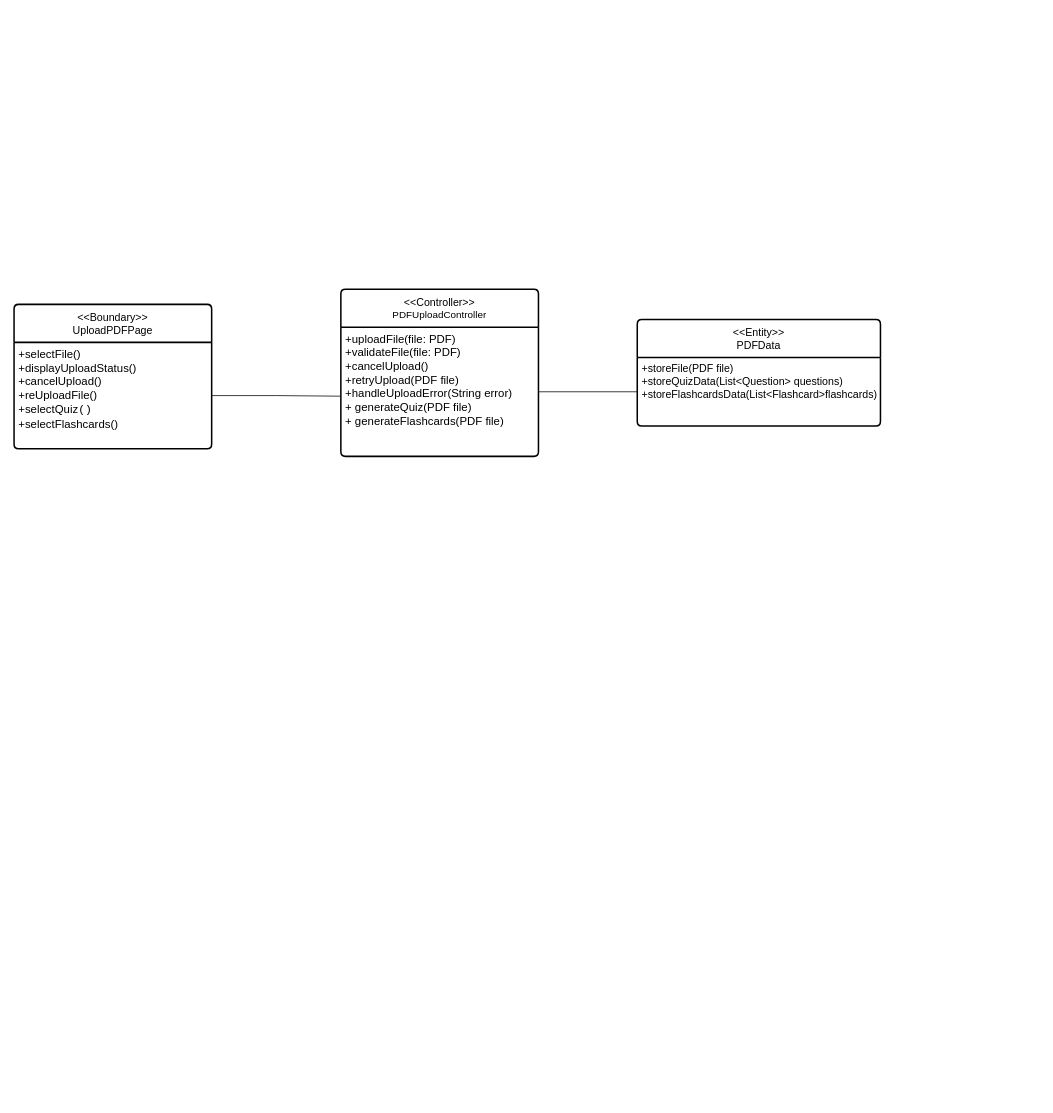
Before: analysis.drawio in RaghadQi1/ProFound, a draw.io diagram. Source tidied: cells renumbered, new cells numbered last; positions are measured from the earlier drawing's top-left corner, leaving out a move shared by most shapes. Both pictures are drawn from the tidied source at 76%, with x=0, y=0 at pixel (14, 289).
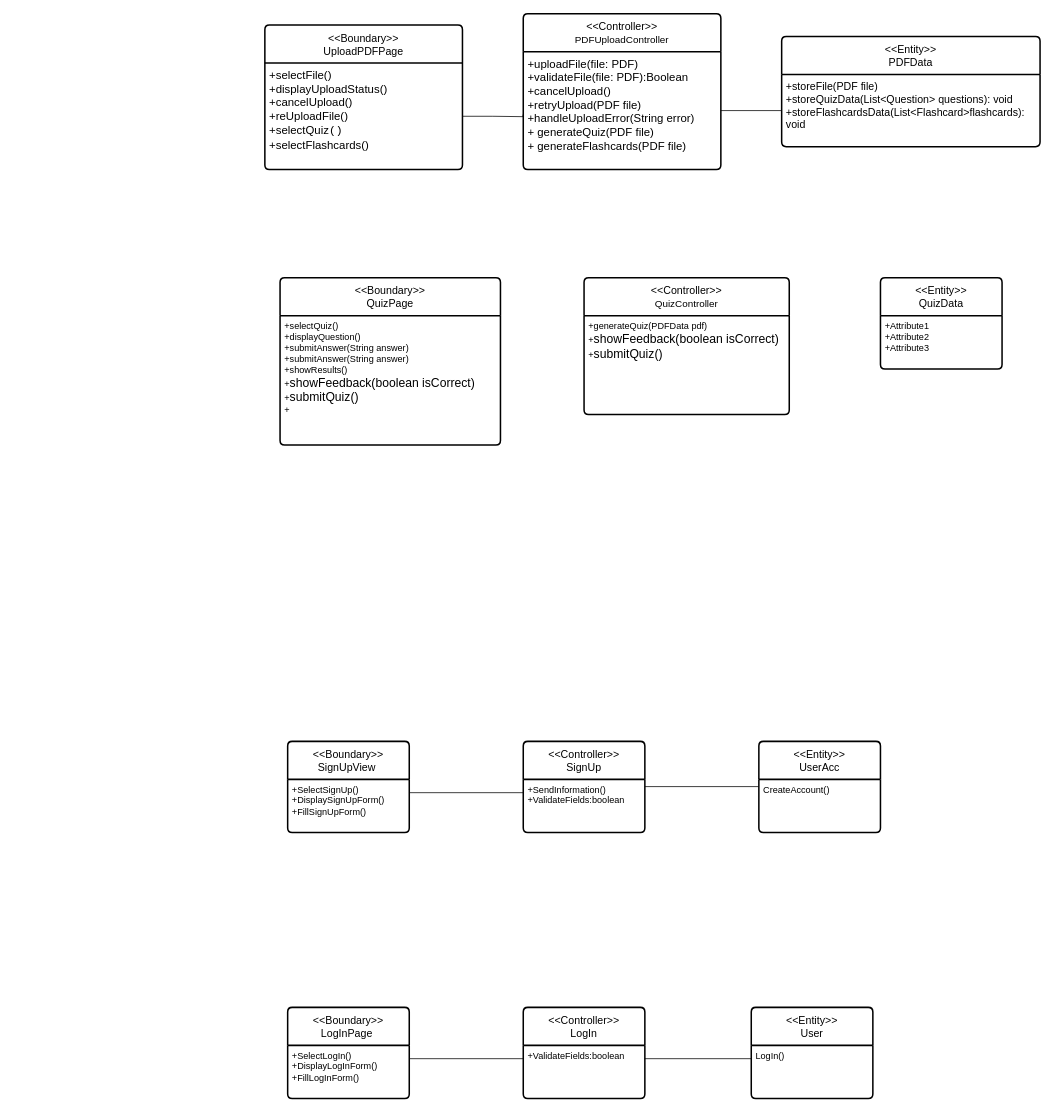
The same diagram, later.

The change refers to these unchanged cells:
```xml
<mxCell id="3" value="&lt;font style=&quot;font-size: 15px;&quot;&gt;+selectFile()&lt;br&gt;+displayUploadStatus()&lt;br&gt;+cancelUpload()&lt;/font&gt;&lt;div&gt;&lt;font style=&quot;font-size: 15px;&quot;&gt;+reUploadFile()&lt;br&gt;&lt;/font&gt;&lt;/div&gt;&lt;div&gt;&lt;font style=&quot;font-size: 15px;&quot;&gt;&lt;font&gt;+selectQuiz&lt;code&gt;()&lt;/code&gt;&lt;/font&gt;&lt;br&gt;&lt;/font&gt;&lt;/div&gt;&lt;div&gt;&lt;font style=&quot;font-size: 15px;&quot;&gt;+selectFlashcards()&lt;/font&gt;&lt;br&gt;&lt;/div&gt;&lt;div&gt;&lt;font style=&quot;font-size: 16px;&quot;&gt;&lt;code&gt;&lt;font face=&quot;Verdana&quot;&gt;&lt;br&gt;&lt;/font&gt;&lt;/code&gt;&lt;/font&gt;&lt;/div&gt;&lt;div&gt;&lt;font style=&quot;font-size: 16px;&quot;&gt;&lt;code&gt;&lt;br&gt;&lt;/code&gt;&lt;/font&gt;&lt;/div&gt;" style="align=left;strokeColor=none;fillColor=none;spacingLeft=4;spacingRight=4;fontSize=12;verticalAlign=top;html=1;whiteSpace=wrap;" parent="2" vertex="1">
  <mxGeometry y="50" width="260" height="140" as="geometry" />
</mxCell>
```

What changed in the source:
```diff
@@
     <mxCell id="2" value="&amp;lt;&amp;lt;Boundary&amp;gt;&amp;gt;&lt;div&gt;UploadPDFPage&lt;/div&gt;" style="swimlane;horizontal=1;startSize=50;rounded=1;fontSize=14;fontStyle=0;strokeWidth=2;shadow=0;align=center;arcSize=4;whiteSpace=wrap;html=1;" parent="1" vertex="1">
-      <mxGeometry y="20" width="260" height="190" as="geometry" />
+      <mxGeometry x="330" y="-347.5" width="260" height="190" as="geometry" />
     </mxCell>
@@
     <mxCell id="5" value="&amp;lt;&amp;lt;Controller&amp;gt;&amp;gt;&lt;div&gt;&lt;span style=&quot;text-align: start;&quot;&gt;&lt;font style=&quot;font-size: 13px;&quot;&gt;PDFUploadController&lt;/font&gt;&lt;/span&gt;&lt;/div&gt;" style="swimlane;horizontal=1;startSize=50;rounded=1;fontSize=14;fontStyle=0;strokeWidth=2;shadow=0;dashed=0;align=center;arcSize=4;whiteSpace=wrap;html=1;" parent="1" vertex="1">
-      <mxGeometry x="430" width="260" height="220" as="geometry" />
+      <mxGeometry x="670" y="-362.5" width="260" height="205" as="geometry" />
     </mxCell>
-    <mxCell id="6" value="&lt;font style=&quot;font-size: 15px;&quot;&gt;&lt;font&gt;+uploadFile(file: PDF)&lt;/font&gt;&lt;br&gt;&lt;font&gt;+validateFile(file: PDF)&lt;/font&gt;&lt;br&gt;&lt;/font&gt;&lt;div&gt;&lt;font style=&quot;font-size: 15px;&quot;&gt;+cancelUpload()&lt;/font&gt;&lt;/div&gt;&lt;div&gt;&lt;font style=&quot;font-size: 15px;&quot;&gt;+retryUpload(PDF file)&lt;/font&gt;&lt;/div&gt;&lt;div&gt;&lt;font style=&quot;font-size: 15px;&quot;&gt;+handleUploadError(String error)&lt;/font&gt;&lt;/div&gt;&lt;div&gt;&lt;font style=&quot;font-size: 15px;&quot;&gt;+&amp;nbsp;generateQuiz(PDF file)&lt;/font&gt;&lt;/div&gt;&lt;div&gt;&lt;font style=&quot;font-size: 15px;&quot;&gt;+&amp;nbsp;generateFlashcards(PDF file)&lt;br&gt;&lt;/font&gt;&lt;div&gt;&lt;span style=&quot;font-size: medium;&quot;&gt;&lt;br&gt;&lt;/span&gt;&lt;/div&gt;&lt;/div&gt;" style="align=left;strokeColor=none;fillColor=none;spacingLeft=4;spacingRight=4;fontSize=12;verticalAlign=top;html=1;whiteSpace=wrap;" parent="5" vertex="1">
-      <mxGeometry y="50" width="260" height="170" as="geometry" />
+    <mxCell id="6" value="&lt;font style=&quot;font-size: 15px;&quot;&gt;&lt;font&gt;+uploadFile(file: PDF)&lt;/font&gt;&lt;br&gt;&lt;font&gt;+validateFile(file: PDF):Boolean&lt;/font&gt;&lt;br&gt;&lt;/font&gt;&lt;div&gt;&lt;font style=&quot;font-size: 15px;&quot;&gt;+cancelUpload()&lt;/font&gt;&lt;/div&gt;&lt;div&gt;&lt;font style=&quot;font-size: 15px;&quot;&gt;+retryUpload(PDF file)&lt;/font&gt;&lt;/div&gt;&lt;div&gt;&lt;font style=&quot;font-size: 15px;&quot;&gt;+handleUploadError(String error)&lt;/font&gt;&lt;/div&gt;&lt;div&gt;&lt;font style=&quot;font-size: 15px;&quot;&gt;+&amp;nbsp;generateQuiz(PDF file)&lt;/font&gt;&lt;/div&gt;&lt;div&gt;&lt;font style=&quot;font-size: 15px;&quot;&gt;+&amp;nbsp;generateFlashcards(PDF file)&lt;br&gt;&lt;/font&gt;&lt;div&gt;&lt;span style=&quot;font-size: medium;&quot;&gt;&lt;br&gt;&lt;/span&gt;&lt;/div&gt;&lt;/div&gt;" style="align=left;strokeColor=none;fillColor=none;spacingLeft=4;spacingRight=4;fontSize=12;verticalAlign=top;html=1;whiteSpace=wrap;" parent="5" vertex="1">
+      <mxGeometry y="50" width="260" height="155" as="geometry" />
     </mxCell>
     <mxCell id="7" value="&amp;lt;&amp;lt;Entity&amp;gt;&amp;gt;&lt;div&gt;&lt;span style=&quot;text-align: start;&quot;&gt;PDFData&lt;/span&gt;&lt;/div&gt;" style="swimlane;horizontal=1;startSize=50;rounded=1;fontSize=14;fontStyle=0;strokeWidth=2;shadow=0;dashed=0;align=center;arcSize=4;whiteSpace=wrap;html=1;" parent="1" vertex="1">
-      <mxGeometry x="820" y="40" width="320" height="140" as="geometry" />
+      <mxGeometry x="1010" y="-332.5" width="340" height="145" as="geometry" />
     </mxCell>
-    <mxCell id="8" value="&lt;font style=&quot;font-size: 14px;&quot;&gt;+storeFile(PDF file)&lt;br&gt;+storeQuizData(List&amp;lt;Question&amp;gt; questions)&lt;br&gt;+storeFlashcardsData(List&amp;lt;Flashcard&amp;gt;flashcards)&lt;/font&gt;" style="align=left;strokeColor=none;fillColor=none;spacingLeft=4;spacingRight=4;fontSize=12;verticalAlign=top;html=1;whiteSpace=wrap;" parent="7" vertex="1">
-      <mxGeometry y="50" width="320" height="90" as="geometry" />
+    <mxCell id="8" value="&lt;font style=&quot;font-size: 14px;&quot;&gt;+storeFile(PDF file)&lt;br&gt;+storeQuizData(List&amp;lt;Question&amp;gt; questions): void&lt;br&gt;+storeFlashcardsData(List&amp;lt;Flashcard&amp;gt;flashcards): void&lt;/font&gt;" style="align=left;strokeColor=none;fillColor=none;spacingLeft=4;spacingRight=4;fontSize=12;verticalAlign=top;html=1;whiteSpace=wrap;" parent="7" vertex="1">
+      <mxGeometry y="50" width="340" height="95" as="geometry" />
     </mxCell>
@@
     <mxCell id="11" style="edgeStyle=orthogonalEdgeStyle;rounded=0;jettySize=auto;html=1;exitX=1;exitY=0.5;exitDx=0;exitDy=0;entryX=-0.001;entryY=0.534;entryDx=0;entryDy=0;entryPerimeter=0;endArrow=none;startFill=0;" parent="1" edge="1" source="3" target="6">
-      <mxGeometry relative="1" as="geometry" />
+      <mxGeometry relative="1" as="geometry">
+        <Array as="points">
+          <mxPoint x="630" y="-227" />
+          <mxPoint x="670" y="-227" />
+        </Array>
+      </mxGeometry>
     </mxCell>
+    <mxCell id="12" value="&amp;lt;&amp;lt;Boundary&amp;gt;&amp;gt;&lt;div&gt;QuizPage&lt;/div&gt;" style="swimlane;horizontal=1;startSize=50;rounded=1;fontSize=14;fontStyle=0;strokeWidth=2;shadow=0;dashed=0;align=center;arcSize=4;whiteSpace=wrap;html=1;" parent="1" vertex="1">
+      <mxGeometry x="350" y="-15" width="290" height="220" as="geometry" />
+    </mxCell>
+    <mxCell id="13" value="+selectQuiz()&lt;br&gt;+displayQuestion()&lt;br&gt;+submitAnswer(String answer)&lt;div&gt;+submitAnswer(String answer)&lt;/div&gt;&lt;div&gt;+showResults()&lt;/div&gt;+&lt;span style=&quot;font-size: medium;&quot;&gt;showFeedback(boolean isCorrect)&lt;/span&gt;&lt;br&gt;+&lt;span style=&quot;font-size: medium;&quot;&gt;submitQuiz()&lt;/span&gt;&lt;div&gt;+&lt;br&gt;&lt;div&gt;&lt;br&gt;&lt;/div&gt;&lt;/div&gt;" style="align=left;strokeColor=none;fillColor=none;spacingLeft=4;spacingRight=4;fontSize=12;verticalAlign=top;html=1;whiteSpace=wrap;" parent="12" vertex="1">
+      <mxGeometry y="50" width="290" height="170" as="geometry" />
+    </mxCell>
+    <mxCell id="14" value="&amp;lt;&amp;lt;Controller&amp;gt;&amp;gt;&lt;div&gt;&lt;span style=&quot;text-align: start;&quot;&gt;&lt;font style=&quot;font-size: 13px;&quot;&gt;QuizController&lt;/font&gt;&lt;/span&gt;&lt;/div&gt;" style="swimlane;horizontal=1;startSize=50;rounded=1;fontSize=14;fontStyle=0;strokeWidth=2;shadow=0;dashed=0;align=center;arcSize=4;whiteSpace=wrap;html=1;" parent="1" vertex="1">
+      <mxGeometry x="750" y="-15" width="270" height="180" as="geometry" />
+    </mxCell>
+    <mxCell id="15" value="+generateQuiz(PDFData pdf)&lt;br&gt;+&lt;span style=&quot;font-size: medium;&quot;&gt;showFeedback(boolean isCorrect)&lt;/span&gt;&lt;br&gt;+&lt;span style=&quot;font-size: medium;&quot;&gt;submitQuiz()&lt;/span&gt;" style="align=left;strokeColor=none;fillColor=none;spacingLeft=4;spacingRight=4;fontSize=12;verticalAlign=top;html=1;whiteSpace=wrap;" parent="14" vertex="1">
+      <mxGeometry y="50" width="270" height="130" as="geometry" />
+    </mxCell>
+    <mxCell id="16" value="&amp;lt;&amp;lt;Entity&amp;gt;&amp;gt;&lt;div&gt;&lt;span style=&quot;text-align: start;&quot;&gt;QuizData&lt;/span&gt;&lt;/div&gt;" style="swimlane;horizontal=1;startSize=50;rounded=1;fontSize=14;fontStyle=0;strokeWidth=2;shadow=0;dashed=0;align=center;arcSize=4;whiteSpace=wrap;html=1;" parent="1" vertex="1">
+      <mxGeometry x="1140" y="-15" width="160" height="120" as="geometry" />
+    </mxCell>
+    <mxCell id="17" value="+Attribute1&#10;+Attribute2&#10;+Attribute3" style="align=left;strokeColor=none;fillColor=none;spacingLeft=4;spacingRight=4;fontSize=12;verticalAlign=top;html=1;whiteSpace=wrap;" parent="16" vertex="1">
+      <mxGeometry y="50" width="160" height="70" as="geometry" />
+    </mxCell>
+    <mxCell id="18" value="&amp;lt;&amp;lt;Boundary&amp;gt;&amp;gt;&lt;div&gt;SignUpView&amp;nbsp;&lt;/div&gt;" style="swimlane;horizontal=1;startSize=50;rounded=1;fontSize=14;fontStyle=0;strokeWidth=2;shadow=0;dashed=0;align=center;arcSize=4;whiteSpace=wrap;html=1;" parent="1" vertex="1">
+      <mxGeometry x="360" y="595" width="160" height="120" as="geometry" />
+    </mxCell>
+    <mxCell id="19" value="+SelectSignUp()&lt;br&gt;+DisplaySignUpForm()&lt;br&gt;+FillSignUpForm()" style="align=left;strokeColor=none;fillColor=none;spacingLeft=4;spacingRight=4;fontSize=12;verticalAlign=top;html=1;whiteSpace=wrap;" parent="18" vertex="1">
+      <mxGeometry y="50" width="160" height="70" as="geometry" />
+    </mxCell>
+    <mxCell id="20" value="&amp;lt;&amp;lt;Controller&amp;gt;&amp;gt;&lt;div&gt;SignUp&lt;/div&gt;" style="swimlane;horizontal=1;startSize=50;rounded=1;fontSize=14;fontStyle=0;strokeWidth=2;shadow=0;dashed=0;align=center;arcSize=4;whiteSpace=wrap;html=1;" parent="1" vertex="1">
+      <mxGeometry x="670" y="595" width="160" height="120" as="geometry" />
+    </mxCell>
+    <mxCell id="21" value="+SendInformation()&lt;br&gt;+ValidateFields:&lt;font&gt;boolean&lt;/font&gt;&lt;div&gt;&lt;br&gt;&lt;/div&gt;" style="align=left;strokeColor=none;fillColor=none;spacingLeft=4;spacingRight=4;fontSize=12;verticalAlign=top;html=1;whiteSpace=wrap;" parent="20" vertex="1">
+      <mxGeometry y="50" width="160" height="70" as="geometry" />
+    </mxCell>
+    <mxCell id="22" value="&amp;lt;&amp;lt;Entity&amp;gt;&amp;gt;&lt;div&gt;UserAcc&lt;/div&gt;" style="swimlane;horizontal=1;startSize=50;rounded=1;fontSize=14;fontStyle=0;strokeWidth=2;shadow=0;dashed=0;align=center;arcSize=4;whiteSpace=wrap;html=1;" parent="1" vertex="1">
+      <mxGeometry x="980" y="595" width="160" height="120" as="geometry" />
+    </mxCell>
+    <mxCell id="23" value="CreateAccount()" style="align=left;strokeColor=none;fillColor=none;spacingLeft=4;spacingRight=4;fontSize=12;verticalAlign=top;html=1;whiteSpace=wrap;" parent="22" vertex="1">
+      <mxGeometry y="50" width="160" height="70" as="geometry" />
+    </mxCell>
+    <mxCell id="24" style="edgeStyle=orthogonalEdgeStyle;rounded=0;jettySize=auto;html=1;exitX=1;exitY=0.25;exitDx=0;exitDy=0;entryX=0;entryY=0.25;entryDx=0;entryDy=0;endArrow=none;startFill=0;" parent="1" edge="1" source="19" target="21">
+      <mxGeometry relative="1" as="geometry" />
+    </mxCell>
+    <mxCell id="25" style="edgeStyle=orthogonalEdgeStyle;rounded=0;orthogonalLoop=1;jettySize=auto;html=1;exitX=1;exitY=0.25;exitDx=0;exitDy=0;entryX=0;entryY=0.25;entryDx=0;entryDy=0;endArrow=none;startFill=0;" parent="1" edge="1">
+      <mxGeometry relative="1" as="geometry">
+        <mxPoint x="830" y="654.5" as="sourcePoint" />
+        <mxPoint x="980" y="654.5" as="targetPoint" />
+      </mxGeometry>
+    </mxCell>
+    <mxCell id="26" value="&amp;lt;&amp;lt;Boundary&amp;gt;&amp;gt;&lt;div&gt;LogInPage&amp;nbsp;&lt;/div&gt;" style="swimlane;horizontal=1;startSize=50;rounded=1;fontSize=14;fontStyle=0;strokeWidth=2;shadow=0;dashed=0;align=center;arcSize=4;whiteSpace=wrap;html=1;" parent="1" vertex="1">
+      <mxGeometry x="360" y="945" width="160" height="120" as="geometry" />
+    </mxCell>
+    <mxCell id="27" value="+SelectLogIn()&lt;br&gt;+DisplayLogInForm()&lt;br&gt;+FillLogInForm()" style="align=left;strokeColor=none;fillColor=none;spacingLeft=4;spacingRight=4;fontSize=12;verticalAlign=top;html=1;whiteSpace=wrap;" parent="26" vertex="1">
+      <mxGeometry y="50" width="160" height="70" as="geometry" />
+    </mxCell>
+    <mxCell id="28" value="&amp;lt;&amp;lt;Controller&amp;gt;&amp;gt;&lt;div&gt;LogIn&lt;/div&gt;" style="swimlane;horizontal=1;startSize=50;rounded=1;fontSize=14;fontStyle=0;strokeWidth=2;shadow=0;dashed=0;align=center;arcSize=4;whiteSpace=wrap;html=1;" parent="1" vertex="1">
+      <mxGeometry x="670" y="945" width="160" height="120" as="geometry" />
+    </mxCell>
+    <mxCell id="29" value="+ValidateFields:&lt;font&gt;boolean&lt;/font&gt;&lt;div&gt;&lt;br&gt;&lt;/div&gt;" style="align=left;strokeColor=none;fillColor=none;spacingLeft=4;spacingRight=4;fontSize=12;verticalAlign=top;html=1;whiteSpace=wrap;" parent="28" vertex="1">
+      <mxGeometry y="50" width="160" height="70" as="geometry" />
+    </mxCell>
+    <mxCell id="30" value="&amp;lt;&amp;lt;Entity&amp;gt;&amp;gt;&lt;div&gt;User&lt;/div&gt;" style="swimlane;horizontal=1;startSize=50;rounded=1;fontSize=14;fontStyle=0;strokeWidth=2;shadow=0;dashed=0;align=center;arcSize=4;whiteSpace=wrap;html=1;" parent="1" vertex="1">
+      <mxGeometry x="970" y="945" width="160" height="120" as="geometry" />
+    </mxCell>
+    <mxCell id="31" value="LogIn()" style="align=left;strokeColor=none;fillColor=none;spacingLeft=4;spacingRight=4;fontSize=12;verticalAlign=top;html=1;whiteSpace=wrap;" parent="30" vertex="1">
+      <mxGeometry y="50" width="160" height="70" as="geometry" />
+    </mxCell>
+    <mxCell id="32" style="edgeStyle=orthogonalEdgeStyle;rounded=0;jettySize=auto;html=1;exitX=1;exitY=0.25;exitDx=0;exitDy=0;entryX=0;entryY=0.25;entryDx=0;entryDy=0;endArrow=none;startFill=0;" parent="1" edge="1" source="27" target="29">
+      <mxGeometry relative="1" as="geometry" />
+    </mxCell>
+    <mxCell id="33" style="edgeStyle=orthogonalEdgeStyle;rounded=0;jettySize=auto;html=1;exitX=1;exitY=0.25;exitDx=0;exitDy=0;entryX=0;entryY=0.25;entryDx=0;entryDy=0;endArrow=none;startFill=0;" parent="1" edge="1" source="29" target="31">
+      <mxGeometry relative="1" as="geometry" />
+    </mxCell>
```
